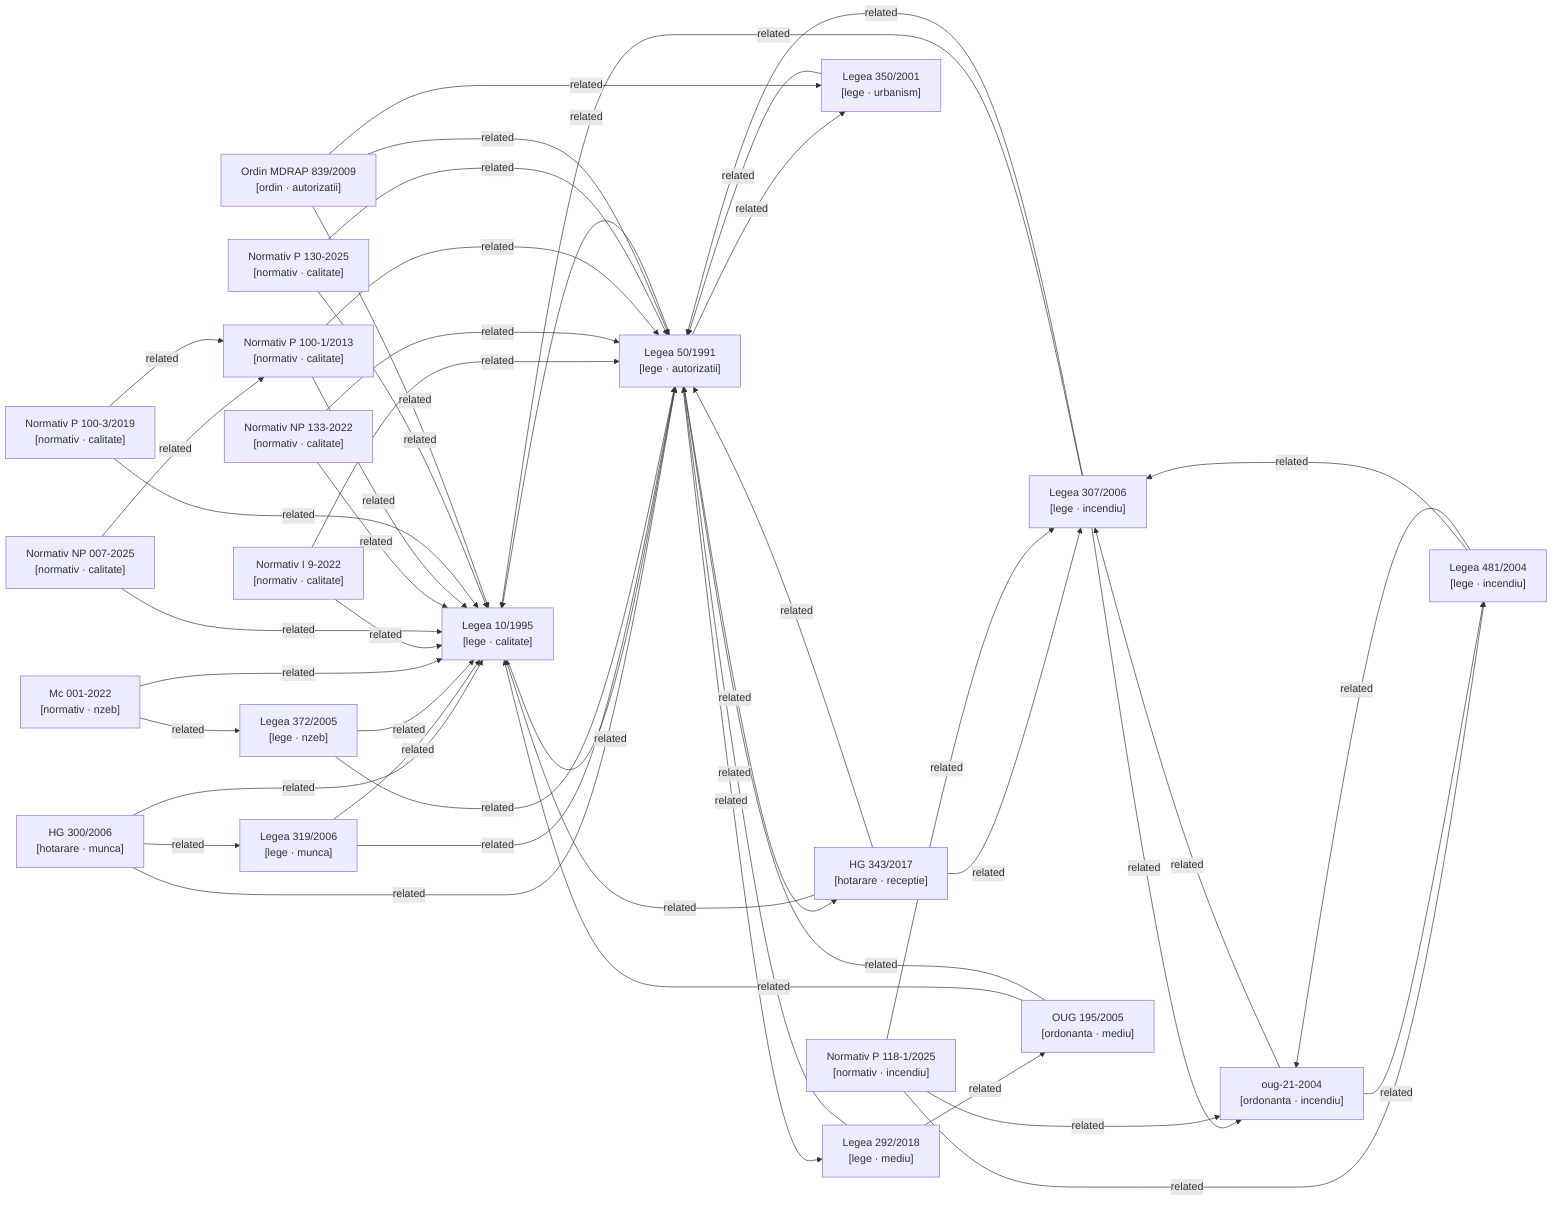
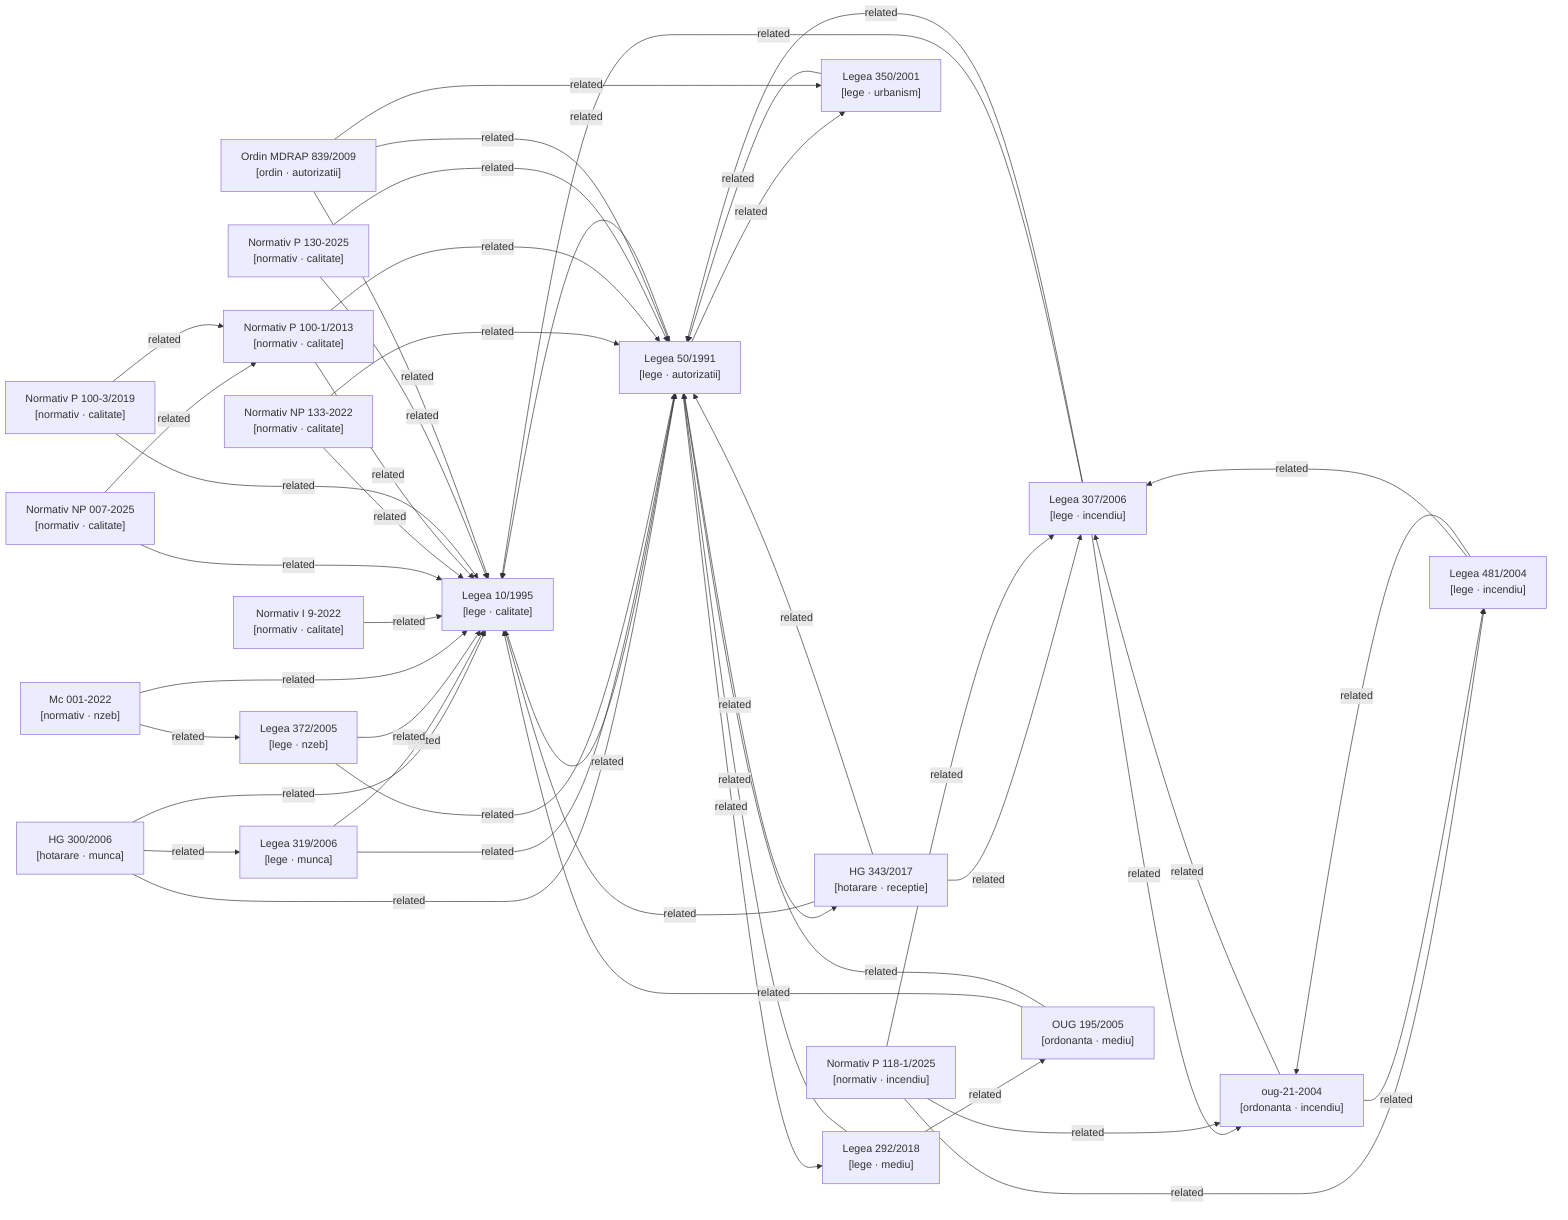
graph LR

  %% Nodes
  hg-300-2006["HG 300/2006\n[hotarare · munca]"]
  hg-343-2017["HG 343/2017\n[hotarare · receptie]"]
  lege-10-1995["Legea 10/1995\n[lege · calitate]"]
  lege-292-2018["Legea 292/2018\n[lege · mediu]"]
  lege-307-2006["Legea 307/2006\n[lege · incendiu]"]
  lege-319-2006["Legea 319/2006\n[lege · munca]"]
  lege-350-2001["Legea 350/2001\n[lege · urbanism]"]
  lege-372-2005["Legea 372/2005\n[lege · nzeb]"]
  lege-481-2004["Legea 481/2004\n[lege · incendiu]"]
  lege-50-1991["Legea 50/1991\n[lege · autorizatii]"]
  metodologie-mc001-2022["Mc 001-2022\n[normativ · nzeb]"]
  normativ-i9-2022["Normativ I 9-2022\n[normativ · calitate]"]
  normativ-np007-2025["Normativ NP 007-2025\n[normativ · calitate]"]
  normativ-np133-2022["Normativ NP 133-2022\n[normativ · calitate]"]
  normativ-p100-1-2013["Normativ P 100-1/2013\n[normativ · calitate]"]
  normativ-p100-3-2019["Normativ P 100-3/2019\n[normativ · calitate]"]
  normativ-p118-1-2025["Normativ P 118-1/2025\n[normativ · incendiu]"]
  normativ-p130-2025["Normativ P 130-2025\n[normativ · calitate]"]
  ordin-839-2009["Ordin MDRAP 839/2009\n[ordin · autorizatii]"]
  oug-195-2005["OUG 195/2005\n[ordonanta · mediu]"]
  oug-21-2004["oug-21-2004\n[ordonanta · incendiu]"]

  %% Confirmed relationships (from metadata related_acts)
  hg-300-2006 -->|related| lege-10-1995
  hg-300-2006 -->|related| lege-319-2006
  hg-300-2006 -->|related| lege-50-1991
  hg-343-2017 -->|related| lege-10-1995
  hg-343-2017 -->|related| lege-307-2006
  hg-343-2017 -->|related| lege-50-1991
  lege-10-1995 -->|related| lege-50-1991
  lege-292-2018 -->|related| lege-50-1991
  lege-292-2018 -->|related| oug-195-2005
  lege-307-2006 -->|related| lege-10-1995
  lege-307-2006 -->|related| lege-50-1991
  lege-307-2006 -->|related| oug-21-2004
  lege-319-2006 -->|related| lege-10-1995
  lege-319-2006 -->|related| lege-50-1991
  lege-350-2001 -->|related| lege-50-1991
  lege-372-2005 -->|related| lege-10-1995
  lege-372-2005 -->|related| lege-50-1991
  lege-481-2004 -->|related| lege-307-2006
  lege-481-2004 -->|related| oug-21-2004
  lege-50-1991 -->|related| hg-343-2017
  lege-50-1991 -->|related| lege-10-1995
  lege-50-1991 -->|related| lege-292-2018
  lege-50-1991 -->|related| lege-350-2001
  metodologie-mc001-2022 -->|related| lege-10-1995
  metodologie-mc001-2022 -->|related| lege-372-2005
  normativ-i9-2022 -->|related| lege-10-1995
-   normativ-i9-2022 -->|related| lege-50-1991
  normativ-np007-2025 -->|related| lege-10-1995
  normativ-np007-2025 -->|related| normativ-p100-1-2013
  normativ-np133-2022 -->|related| lege-10-1995
  normativ-np133-2022 -->|related| lege-50-1991
  normativ-p100-1-2013 -->|related| lege-10-1995
  normativ-p100-1-2013 -->|related| lege-50-1991
  normativ-p100-3-2019 -->|related| lege-10-1995
  normativ-p100-3-2019 -->|related| normativ-p100-1-2013
  normativ-p118-1-2025 -->|related| lege-307-2006
  normativ-p118-1-2025 -->|related| lege-481-2004
  normativ-p118-1-2025 -->|related| oug-21-2004
  normativ-p130-2025 -->|related| lege-10-1995
  normativ-p130-2025 -->|related| lege-50-1991
  ordin-839-2009 -->|related| lege-10-1995
  ordin-839-2009 -->|related| lege-350-2001
  ordin-839-2009 -->|related| lege-50-1991
  oug-195-2005 -->|related| lege-10-1995
  oug-195-2005 -->|related| lege-50-1991
  oug-21-2004 -->|related| lege-307-2006
  oug-21-2004 -->|related| lege-481-2004

  %% Auto-detected relationships (needs_review)
